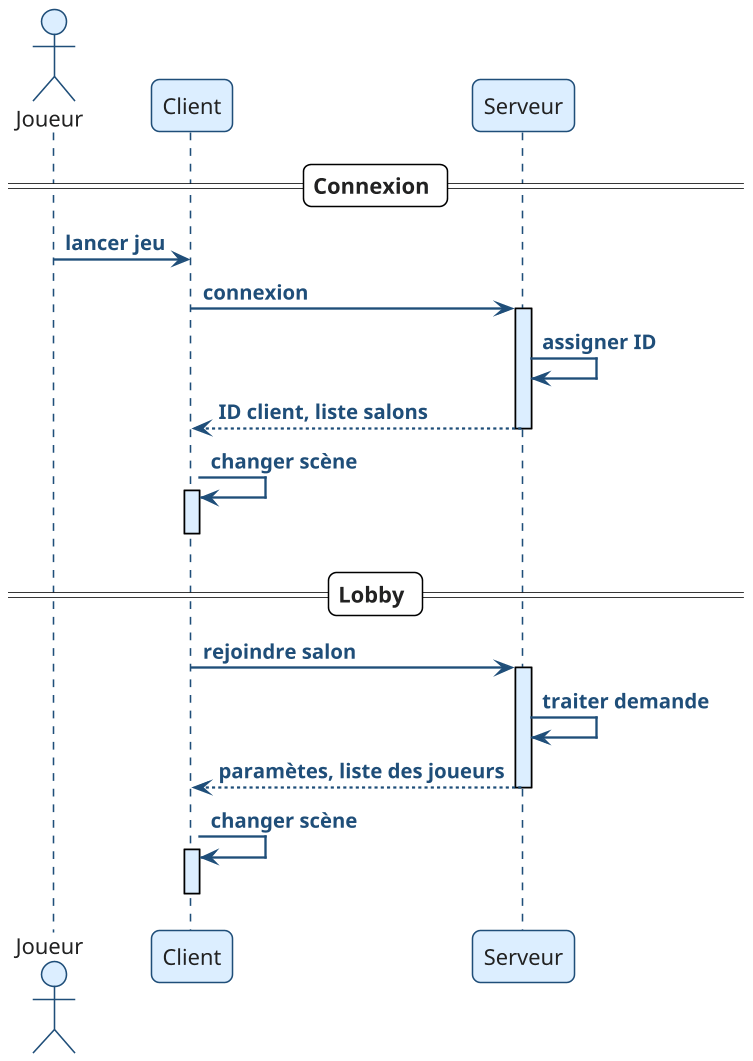
The PlantUML diagram Rapport/UML/PacMan_UML_Reseau_connexion.png in thomasctn/Projet_PacMan_En_Reseau, before a commit.
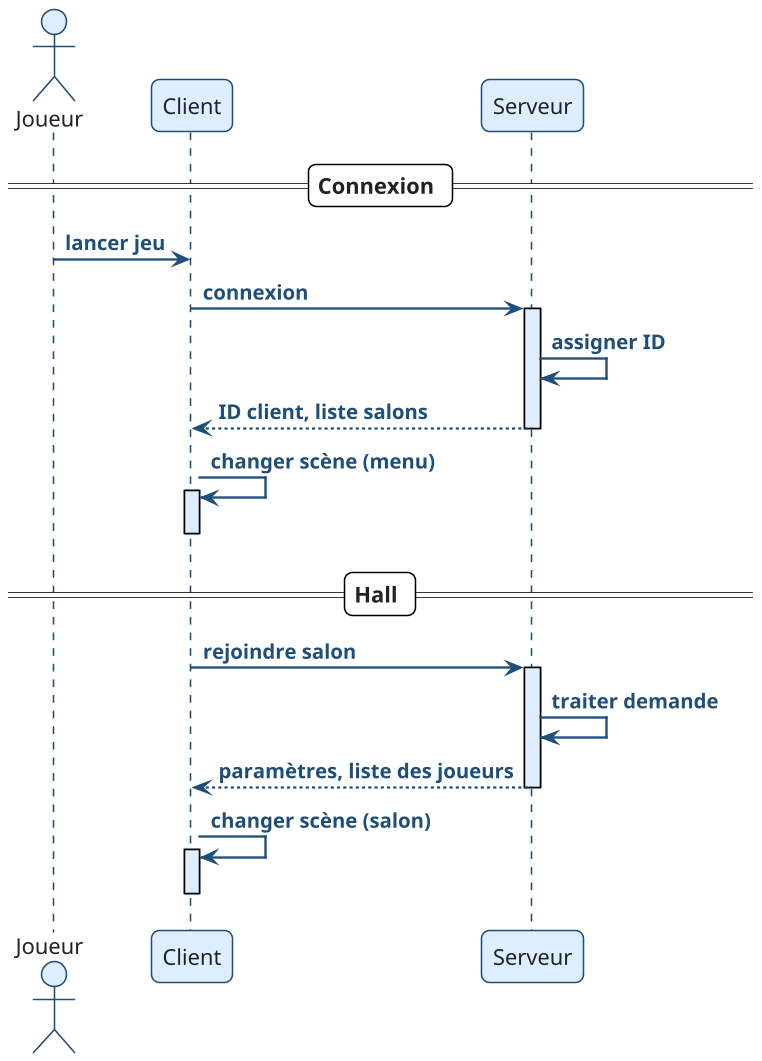
After the commit.

Commit message:
[Rapport] Correction diagramme + source

What changed in the source:
```diff
@@ -12,17 +12,17 @@
 Serveur -> Serveur : assigner ID
 Serveur --> Client : ID client, liste salons
 deactivate Serveur
-Client -> Client : changer scène
+Client -> Client : changer scène (menu)
 activate Client
 deactivate Client
-== Lobby ==
+== Hall ==
 
 Client -> Serveur : rejoindre salon
 activate Serveur
 Serveur -> Serveur : traiter demande
-Serveur --> Client : paramètes, liste des joueurs
+Serveur --> Client : paramètres, liste des joueurs
 deactivate Serveur
-Client -> Client : changer scène
+Client -> Client : changer scène (salon)
 activate Client
 deactivate Client
 @enduml
```
